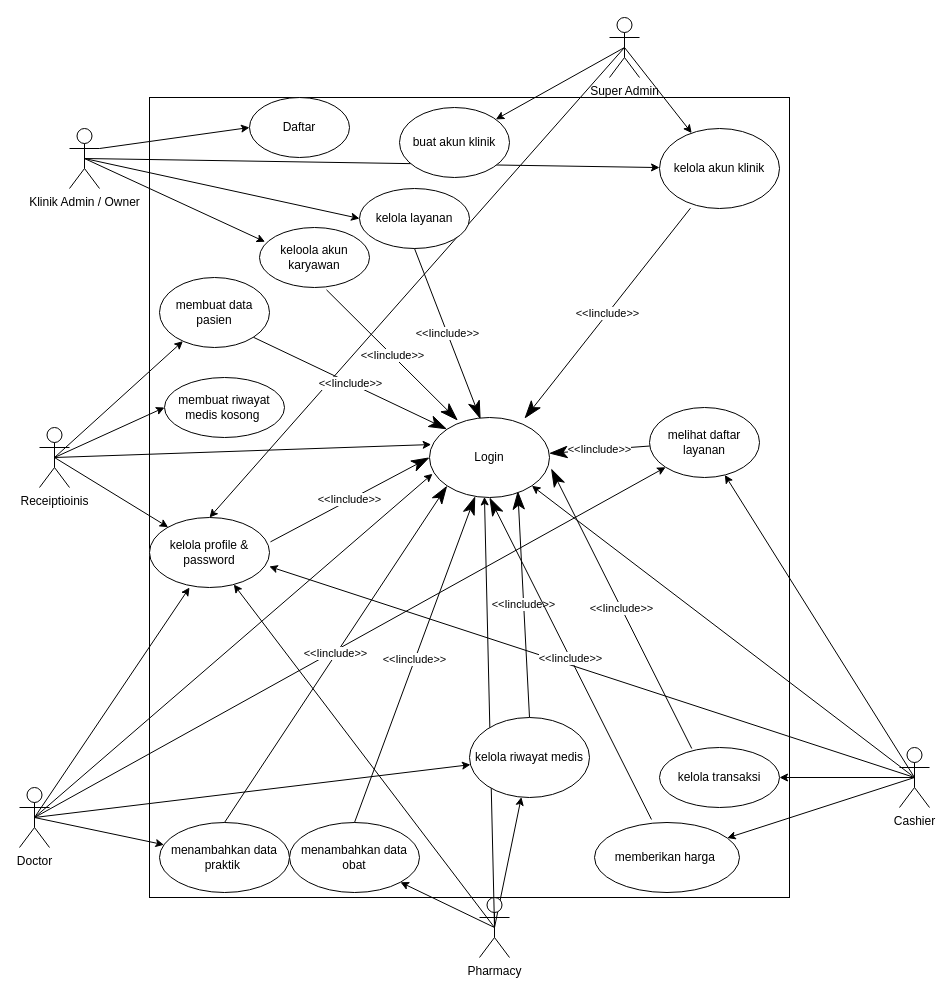
The draw.io diagram page "use-case" (2 of 9) of klinik-use-case-diagram.drawio in rrahmatn/dfd_erd_uml, before the edit. Source tidied: cells renumbered, new cells numbered last; positions are measured from the earlier drawing's top-left corner, leaving out a move shared by most shapes. Both pictures are drawn from the tidied source at 100%, with x=0, y=0 at pixel (19, 17).
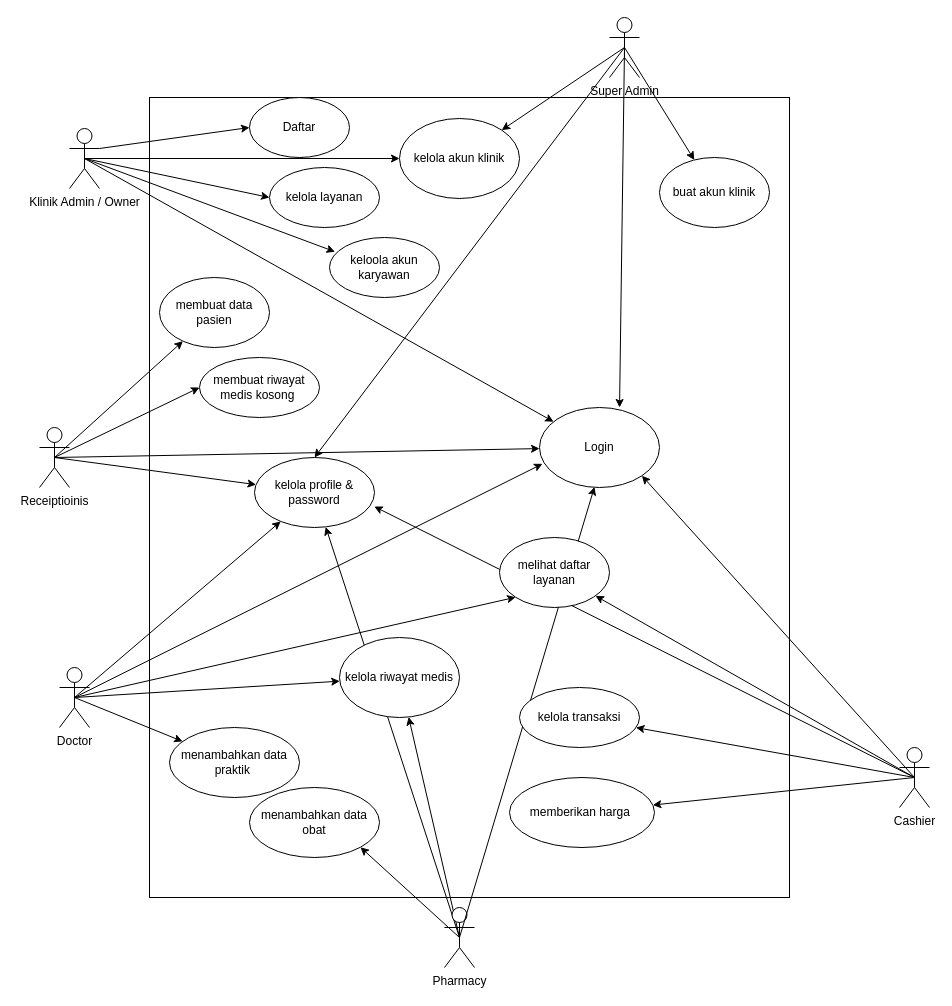
The same diagram, later.

The change refers to these unchanged cells:
```xml
<mxCell id="6" value="Super Admin" style="shape=umlActor;verticalLabelPosition=bottom;verticalAlign=top;html=1;outlineConnect=0;" parent="1" vertex="1">
  <mxGeometry x="590" width="30" height="60" as="geometry" />
</mxCell>
<mxCell id="9" value="Klinik Admin / Owner" style="shape=umlActor;verticalLabelPosition=bottom;verticalAlign=top;html=1;outlineConnect=0;" parent="1" vertex="1">
  <mxGeometry x="50" y="111" width="30" height="60" as="geometry" />
</mxCell>
<mxCell id="21" value="Receiptioinis" style="shape=umlActor;verticalLabelPosition=bottom;verticalAlign=top;html=1;outlineConnect=0;" parent="1" vertex="1">
  <mxGeometry x="20" y="410" width="30" height="60" as="geometry" />
</mxCell>
<mxCell id="54" value="membuat data pasien" style="ellipse;whiteSpace=wrap;html=1;" parent="1" vertex="1">
  <mxGeometry x="140" y="260" width="110" height="70" as="geometry" />
</mxCell>
```

Change to the diagram source:
```diff
@@
+    <mxCell id="60" style="rounded=0;jettySize=auto;html=1;exitX=0.5;exitY=0.5;exitDx=0;exitDy=0;exitPerimeter=0;" parent="1" edge="1" source="9" target="48">
+      <mxGeometry relative="1" as="geometry" />
+    </mxCell>
@@
     <mxCell id="11" value="keloola akun karyawan" style="ellipse;whiteSpace=wrap;html=1;" parent="1" vertex="1">
-      <mxGeometry x="240" y="210" width="110" height="60" as="geometry" />
+      <mxGeometry x="310" y="220" width="110" height="60" as="geometry" />
     </mxCell>
@@
     <mxCell id="16" value="Pharmacy" style="shape=umlActor;verticalLabelPosition=bottom;verticalAlign=top;html=1;outlineConnect=0;" parent="1" vertex="1">
-      <mxGeometry x="460" y="880" width="30" height="60" as="geometry" />
+      <mxGeometry x="425" y="890" width="30" height="60" as="geometry" />
     </mxCell>
-    <mxCell id="17" style="rounded=0;jettySize=auto;html=1;exitX=0.5;exitY=0.5;exitDx=0;exitDy=0;exitPerimeter=0;entryX=0.014;entryY=0.338;entryDx=0;entryDy=0;entryPerimeter=0;" parent="1" edge="1" source="21" target="48">
-      <mxGeometry relative="1" as="geometry" />
-    </mxCell>
@@
+    <mxCell id="17" style="rounded=0;jettySize=auto;html=1;exitX=0.5;exitY=0.5;exitDx=0;exitDy=0;exitPerimeter=0;" parent="1" edge="1" source="21" target="48">
+      <mxGeometry relative="1" as="geometry" />
+    </mxCell>
@@
     <mxCell id="26" value="Doctor" style="shape=umlActor;verticalLabelPosition=bottom;verticalAlign=top;html=1;outlineConnect=0;" parent="1" vertex="1">
-      <mxGeometry y="770" width="30" height="60" as="geometry" />
+      <mxGeometry x="40" y="650" width="30" height="60" as="geometry" />
     </mxCell>
@@
     <mxCell id="32" value="kelola layanan" style="ellipse;whiteSpace=wrap;html=1;" parent="1" vertex="1">
-      <mxGeometry x="340" y="171" width="110" height="60" as="geometry" />
+      <mxGeometry x="250" y="150" width="110" height="60" as="geometry" />
     </mxCell>
     <mxCell id="33" value="memberikan harga&amp;nbsp;" style="ellipse;whiteSpace=wrap;html=1;" parent="1" vertex="1">
-      <mxGeometry x="575" y="805" width="145" height="70" as="geometry" />
+      <mxGeometry x="490" y="760" width="145" height="70" as="geometry" />
     </mxCell>
@@
-    <mxCell id="35" style="rounded=0;jettySize=auto;html=1;exitX=0.5;exitY=0.5;exitDx=0;exitDy=0;exitPerimeter=0;" parent="1" edge="1" source="26">
-      <mxGeometry relative="1" as="geometry">
-        <mxPoint x="170" y="570" as="targetPoint" />
-      </mxGeometry>
+    <mxCell id="35" style="rounded=0;jettySize=auto;html=1;exitX=0.5;exitY=0.5;exitDx=0;exitDy=0;exitPerimeter=0;" parent="1" edge="1" source="26" target="46">
+      <mxGeometry relative="1" as="geometry" />
     </mxCell>
     <mxCell id="36" value="buat akun klinik" style="ellipse;whiteSpace=wrap;html=1;" parent="1" vertex="1">
-      <mxGeometry x="380" y="90" width="110" height="70" as="geometry" />
+      <mxGeometry x="640" y="140" width="110" height="70" as="geometry" />
     </mxCell>
     <mxCell id="37" value="kelola akun klinik" style="ellipse;whiteSpace=wrap;html=1;" parent="1" vertex="1">
-      <mxGeometry x="640" y="111" width="120" height="80" as="geometry" />
+      <mxGeometry x="380" y="101" width="120" height="80" as="geometry" />
     </mxCell>
     <mxCell id="38" value="melihat daftar layanan" style="ellipse;whiteSpace=wrap;html=1;" parent="1" vertex="1">
-      <mxGeometry x="630" y="390" width="110" height="70" as="geometry" />
+      <mxGeometry x="480" y="520" width="110" height="70" as="geometry" />
     </mxCell>
-    <mxCell id="39" value="&amp;lt;&amp;lt;Iinclude&amp;gt;&amp;gt;" style="endArrow=classicThin;endSize=16;endFill=1;html=1;rounded=0;exitX=1.008;exitY=0.348;exitDx=0;exitDy=0;exitPerimeter=0;entryX=0;entryY=0.5;entryDx=0;entryDy=0;" parent="1" edge="1" source="46" target="48">
-      <mxGeometry relative="1" as="geometry" />
-    </mxCell>
-    <mxCell id="40" value="&amp;lt;&amp;lt;Iinclude&amp;gt;&amp;gt;" style="endArrow=classicThin;endSize=16;endFill=1;html=1;rounded=0;entryX=0.736;entryY=0.921;entryDx=0;entryDy=0;entryPerimeter=0;exitX=0.5;exitY=0;exitDx=0;exitDy=0;" parent="1" edge="1" source="41" target="48">
-      <mxGeometry relative="1" as="geometry" />
-    </mxCell>
     <mxCell id="41" value="kelola riwayat medis" style="ellipse;whiteSpace=wrap;html=1;" parent="1" vertex="1">
-      <mxGeometry x="450" y="700" width="120" height="80" as="geometry" />
+      <mxGeometry x="320" y="620" width="120" height="80" as="geometry" />
     </mxCell>
-    <mxCell id="42" value="&amp;lt;&amp;lt;Iinclude&amp;gt;&amp;gt;" style="endArrow=classicThin;endSize=16;endFill=1;html=1;rounded=0;exitX=0.393;exitY=-0.043;exitDx=0;exitDy=0;exitPerimeter=0;entryX=0.5;entryY=1;entryDx=0;entryDy=0;" parent="1" edge="1" source="33" target="48">
-      <mxGeometry relative="1" as="geometry" />
-    </mxCell>
-    <mxCell id="43" value="&amp;lt;&amp;lt;Iinclude&amp;gt;&amp;gt;" style="endArrow=classicThin;endSize=16;endFill=1;html=1;rounded=0;exitX=0.258;exitY=0.996;exitDx=0;exitDy=0;exitPerimeter=0;entryX=0.792;entryY=0.013;entryDx=0;entryDy=0;entryPerimeter=0;" parent="1" edge="1" source="37" target="48">
-      <mxGeometry relative="1" as="geometry" />
-    </mxCell>
     <mxCell id="44" value="membuat riwayat medis kosong&amp;nbsp;" style="ellipse;whiteSpace=wrap;html=1;" parent="1" vertex="1">
-      <mxGeometry x="145" y="360" width="120" height="60" as="geometry" />
+      <mxGeometry x="180" y="340" width="120" height="60" as="geometry" />
     </mxCell>
-    <mxCell id="45" value="&amp;lt;&amp;lt;Iinclude&amp;gt;&amp;gt;" style="endArrow=classicThin;endSize=16;endFill=1;html=1;rounded=0;exitX=0.5;exitY=1;exitDx=0;exitDy=0;entryX=0.425;entryY=0.021;entryDx=0;entryDy=0;entryPerimeter=0;" parent="1" edge="1" source="32" target="48">
-      <mxGeometry relative="1" as="geometry" />
-    </mxCell>
     <mxCell id="46" value="kelola profile &amp;amp; password" style="ellipse;whiteSpace=wrap;html=1;" parent="1" vertex="1">
-      <mxGeometry x="130" y="500" width="120" height="70" as="geometry" />
+      <mxGeometry x="235" y="440" width="120" height="70" as="geometry" />
     </mxCell>
@@
     <mxCell id="48" value="Login" style="ellipse;whiteSpace=wrap;html=1;" parent="1" vertex="1">
-      <mxGeometry x="410" y="400" width="120" height="80" as="geometry" />
+      <mxGeometry x="520" y="390" width="120" height="80" as="geometry" />
     </mxCell>
-    <mxCell id="49" value="&amp;lt;&amp;lt;Iinclude&amp;gt;&amp;gt;" style="endArrow=classicThin;endSize=16;endFill=1;html=1;rounded=0;" parent="1" edge="1" source="38" target="48">
-      <mxGeometry relative="1" as="geometry" />
-    </mxCell>
-    <mxCell id="50" value="&amp;lt;&amp;lt;Iinclude&amp;gt;&amp;gt;" style="endArrow=classicThin;endSize=16;endFill=1;html=1;rounded=0;entryX=0.236;entryY=0.038;entryDx=0;entryDy=0;entryPerimeter=0;exitX=0.609;exitY=1.039;exitDx=0;exitDy=0;exitPerimeter=0;" parent="1" edge="1" source="11" target="48">
-      <mxGeometry relative="1" as="geometry" />
-    </mxCell>
     <mxCell id="51" value="menambahkan data praktik&amp;nbsp;" style="ellipse;whiteSpace=wrap;html=1;" parent="1" vertex="1">
-      <mxGeometry x="140" y="805" width="130" height="70" as="geometry" />
+      <mxGeometry x="150" y="710" width="130" height="70" as="geometry" />
     </mxCell>
-    <mxCell id="52" value="&amp;lt;&amp;lt;Iinclude&amp;gt;&amp;gt;" style="endArrow=classicThin;endSize=16;endFill=1;html=1;rounded=0;exitX=0.5;exitY=0;exitDx=0;exitDy=0;entryX=0;entryY=1;entryDx=0;entryDy=0;" parent="1" edge="1" source="51" target="48">
-      <mxGeometry relative="1" as="geometry" />
-    </mxCell>
     <mxCell id="53" value="kelola transaksi" style="ellipse;whiteSpace=wrap;html=1;" parent="1" vertex="1">
-      <mxGeometry x="640" y="730" width="120" height="60" as="geometry" />
+      <mxGeometry x="500" y="670" width="120" height="60" as="geometry" />
     </mxCell>
@@
-    <mxCell id="55" value="&amp;lt;&amp;lt;Iinclude&amp;gt;&amp;gt;" style="endArrow=classicThin;endSize=16;endFill=1;html=1;rounded=0;entryX=0;entryY=0;entryDx=0;entryDy=0;exitX=1;exitY=1;exitDx=0;exitDy=0;" parent="1" edge="1" source="54" target="48">
-      <mxGeometry relative="1" as="geometry" />
-    </mxCell>
@@
     <mxCell id="57" value="menambahkan data obat" style="ellipse;whiteSpace=wrap;html=1;" parent="1" vertex="1">
-      <mxGeometry x="270" y="805" width="130" height="70" as="geometry" />
+      <mxGeometry x="230" y="770" width="130" height="70" as="geometry" />
     </mxCell>
-    <mxCell id="58" value="&amp;lt;&amp;lt;Iinclude&amp;gt;&amp;gt;" style="endArrow=classicThin;endSize=16;endFill=1;html=1;rounded=0;exitX=0.5;exitY=0;exitDx=0;exitDy=0;" parent="1" edge="1" source="57" target="48">
-      <mxGeometry relative="1" as="geometry" />
-    </mxCell>
-    <mxCell id="59" value="&amp;lt;&amp;lt;Iinclude&amp;gt;&amp;gt;" style="endArrow=classicThin;endSize=16;endFill=1;html=1;rounded=0;exitX=0.269;exitY=0.017;exitDx=0;exitDy=0;exitPerimeter=0;entryX=1.014;entryY=0.638;entryDx=0;entryDy=0;entryPerimeter=0;" parent="1" edge="1" source="53" target="48">
-      <mxGeometry relative="1" as="geometry" />
-    </mxCell>
+    <mxCell id="61" style="rounded=0;jettySize=auto;html=1;exitX=0.5;exitY=0.5;exitDx=0;exitDy=0;exitPerimeter=0;entryX=0.667;entryY=0;entryDx=0;entryDy=0;entryPerimeter=0;" parent="1" edge="1" source="6" target="48">
+      <mxGeometry relative="1" as="geometry" />
+    </mxCell>
```
